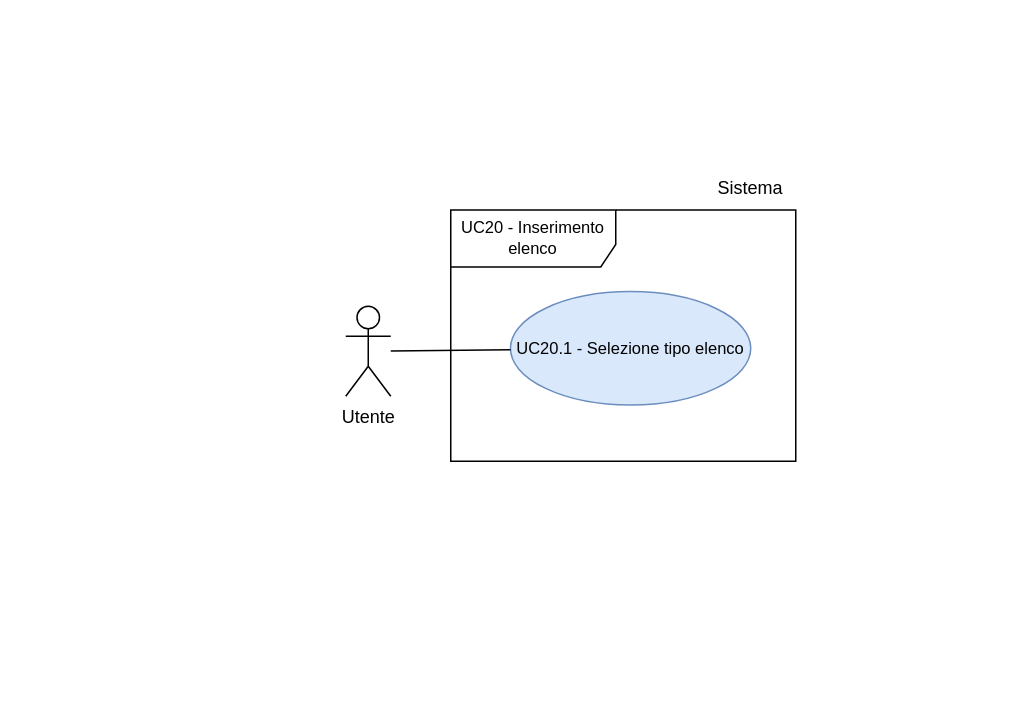
Earlier version of the draw.io diagram RTB/doc_esterna/analisi-dei-requisiti/assets/draw.io/UC20.1.drawio (thebitless-group-swe/thebitless.github.io). Source tidied: cells renumbered, new cells numbered last; positions are measured from the earlier drawing's top-left corner, leaving out a move shared by most shapes. Both pictures are drawn from the tidied source at 150%, with x=0, y=0 at pixel (345, 164).
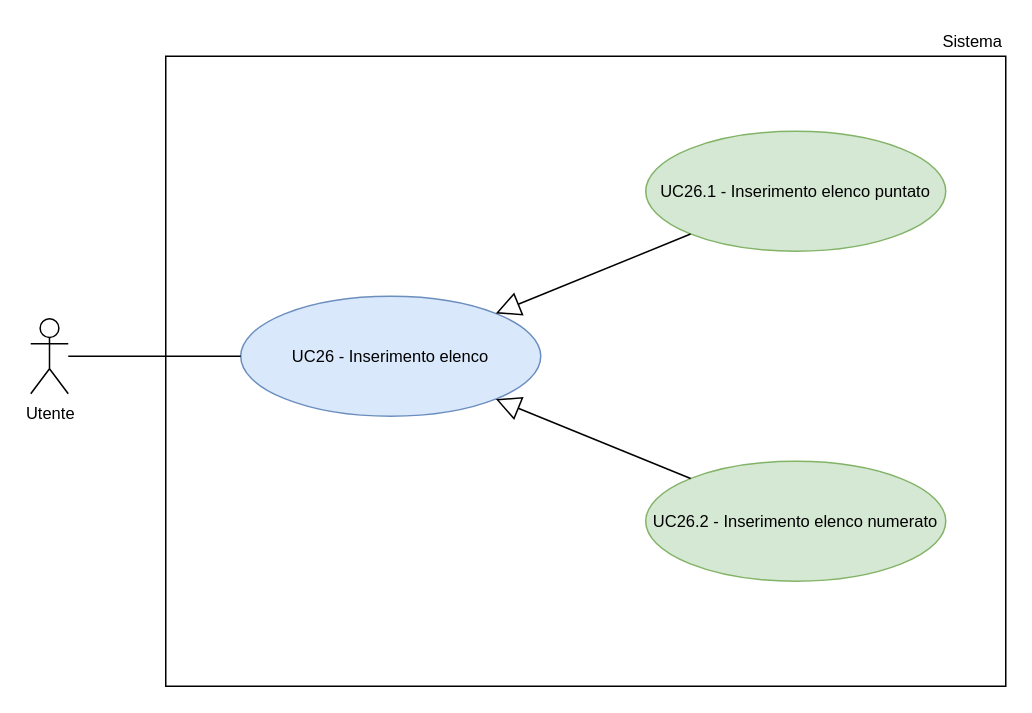
The same page after the edit.

The edit, as a diff of the source:
```diff
@@
 <mxGraphModel>
   <root>
     <mxCell id="0" />
     <mxCell id="1" parent="0" />
-    <mxCell id="2" value="Utente" style="shape=umlActor;verticalLabelPosition=bottom;verticalAlign=top;html=1;outlineConnect=0;fontSize=12;" parent="1" vertex="1">
-      <mxGeometry y="94.7" width="30" height="60" as="geometry" />
+    <mxCell id="2" value="Utente" style="shape=umlActor;verticalLabelPosition=bottom;verticalAlign=top;html=1;outlineConnect=0;fontSize=11;" parent="1" vertex="1">
+      <mxGeometry x="-210" y="103" width="25" height="50" as="geometry" />
     </mxCell>
-    <mxCell id="3" value="UC20 - Inserimento elenco" style="shape=umlFrame;whiteSpace=wrap;html=1;width=110;height=38;fontSize=11;align=center;" parent="1" vertex="1">
-      <mxGeometry x="70" y="30.5" width="230" height="167.5" as="geometry" />
-    </mxCell>
-    <mxCell id="4" value="UC20.1 - Selezione tipo elenco" style="ellipse;whiteSpace=wrap;html=1;fillColor=#dae8fc;strokeColor=#6c8ebf;fontSize=11;" parent="3" vertex="1">
-      <mxGeometry x="39.8" y="54.4" width="160.2" height="75.6" as="geometry" />
-    </mxCell>
-    <mxCell id="5" style="edgeStyle=none;rounded=0;jettySize=auto;html=1;endArrow=none;endFill=0;" parent="1" edge="1" source="2" target="4">
-      <mxGeometry relative="1" as="geometry" />
-    </mxCell>
+    <mxCell id="7" style="rounded=0;whiteSpace=wrap;html=1;strokeWidth=1;" parent="1" vertex="1">
+      <mxGeometry x="-120" y="-72" width="560" height="420" as="geometry" />
+    </mxCell>
-    <mxCell id="6" value="Sistema" style="text;html=1;whiteSpace=wrap;strokeColor=none;fillColor=none;align=center;verticalAlign=middle;rounded=0;" parent="1" vertex="1">
-      <mxGeometry x="240" y="0.5" width="60" height="30" as="geometry" />
+    <mxCell id="6" value="Sistema" style="text;html=1;whiteSpace=wrap;strokeColor=none;fillColor=none;align=right;verticalAlign=middle;fontSize=11;" parent="1" vertex="1">
+      <mxGeometry x="370" y="-92" width="70" height="20" as="geometry" />
     </mxCell>
+    <mxCell id="8" value="UC26 - Inserimento elenco" style="ellipse;whiteSpace=wrap;html=1;fillColor=#dae8fc;strokeColor=#6c8ebf;fontSize=11;" parent="1" vertex="1">
+      <mxGeometry x="-70" y="88" width="200" height="80" as="geometry" />
+    </mxCell>
+    <mxCell id="9" value="UC26.1 - Inserimento elenco puntato" style="ellipse;whiteSpace=wrap;html=1;fillColor=#d5e8d4;strokeColor=#82b366;fontSize=11;" parent="1" vertex="1">
+      <mxGeometry x="200" y="-22" width="200" height="80" as="geometry" />
+    </mxCell>
+    <mxCell id="10" value="UC26.2 - Inserimento elenco numerato" style="ellipse;whiteSpace=wrap;html=1;fillColor=#d5e8d4;strokeColor=#82b366;fontSize=11;" parent="1" vertex="1">
+      <mxGeometry x="200" y="198" width="200" height="80" as="geometry" />
+    </mxCell>
+    <mxCell id="11" style="edgeStyle=none;rounded=0;html=1;endArrow=none;endFill=0;" parent="1" edge="1" source="2" target="8">
+      <mxGeometry relative="1" as="geometry" />
+    </mxCell>
+    <mxCell id="12" style="edgeStyle=none;rounded=0;html=1;endArrow=block;endFill=0;endSize=14;" parent="1" edge="1" source="9" target="8">
+      <mxGeometry relative="1" as="geometry" />
+    </mxCell>
+    <mxCell id="13" style="edgeStyle=none;rounded=0;html=1;endArrow=block;endFill=0;endSize=14;" parent="1" edge="1" source="10" target="8">
+      <mxGeometry relative="1" as="geometry" />
+    </mxCell>
   </root>
 </mxGraphModel>
```
